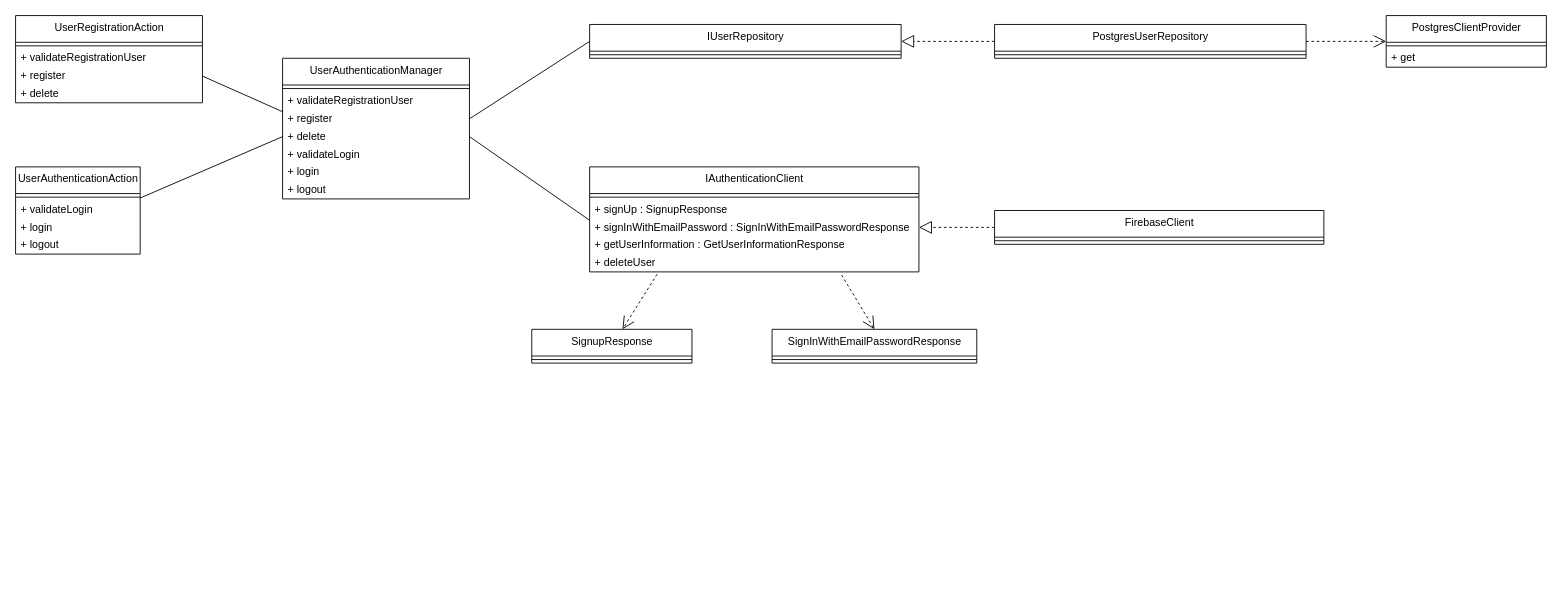
Above: page "AuthenticationModule" (3 of 7) of project-designs/class-diagrams/ff14-sns.drawio in Mouwf/FF14SNS (draw.io), before the change. Source tidied: cells renumbered, new cells numbered last; positions are measured from the earlier drawing's top-left corner, leaving out a move shared by most shapes. Both pictures are drawn from the tidied source at 89%, with x=0, y=0 at pixel (15, 15).
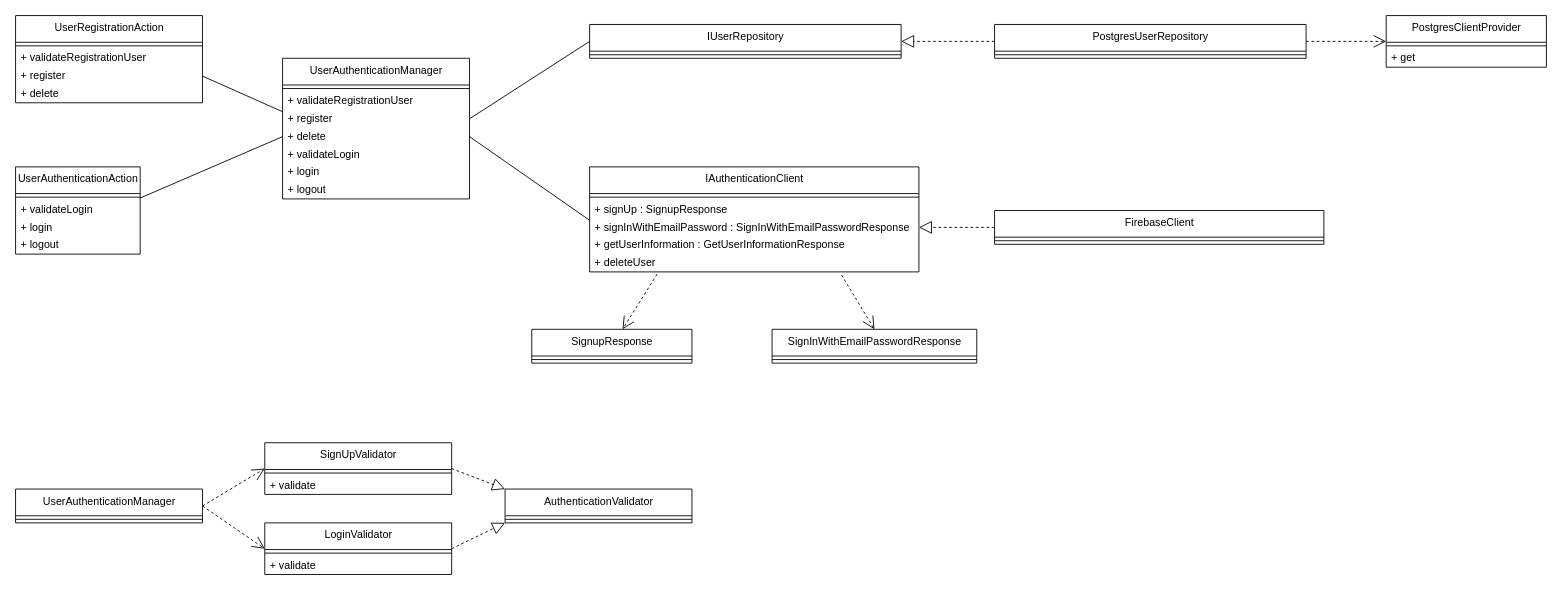
The same page after the edit.

Diff of the diagram source:
```diff
@@
+    <mxCell id="48" style="edgeStyle=none;html=1;exitX=1;exitY=0.5;exitDx=0;exitDy=0;entryX=0;entryY=0;entryDx=0;entryDy=0;dashed=1;endArrow=block;endFill=0;endSize=12;" parent="1" edge="1" source="49" target="56">
+      <mxGeometry relative="1" as="geometry" />
+    </mxCell>
+    <mxCell id="49" value="SignUpValidator" style="swimlane;fontStyle=0;align=center;verticalAlign=top;horizontal=1;startSize=30;html=1;" parent="1" vertex="1">
+      <mxGeometry x="280" y="480" width="210" height="58" as="geometry" />
+    </mxCell>
+    <mxCell id="50" style="line;strokeWidth=1;fillColor=none;align=left;verticalAlign=middle;spacingTop=-1;spacingLeft=3;spacingRight=3;labelPosition=right;" parent="49" vertex="1">
+      <mxGeometry y="30" width="210" height="8" as="geometry" />
+    </mxCell>
+    <mxCell id="51" value="+&amp;nbsp;validate" style="text;html=1;strokeColor=none;fillColor=none;align=left;verticalAlign=middle;spacingLeft=4;spacingRight=4;overflow=hidden;" parent="49" vertex="1">
+      <mxGeometry y="38" width="210" height="20" as="geometry" />
+    </mxCell>
+    <mxCell id="52" style="edgeStyle=none;html=1;exitX=1;exitY=0.5;exitDx=0;exitDy=0;entryX=0;entryY=0.5;entryDx=0;entryDy=0;endArrow=open;endFill=0;endSize=12;dashed=1;" parent="1" edge="1" source="54" target="49">
+      <mxGeometry relative="1" as="geometry" />
+    </mxCell>
+    <mxCell id="53" style="edgeStyle=none;html=1;exitX=1;exitY=0.5;exitDx=0;exitDy=0;entryX=0;entryY=0.5;entryDx=0;entryDy=0;endArrow=open;endFill=0;endSize=12;dashed=1;" parent="1" edge="1" source="54" target="59">
+      <mxGeometry relative="1" as="geometry" />
+    </mxCell>
+    <mxCell id="54" value="UserAuthenticationManager" style="swimlane;fontStyle=0;align=center;verticalAlign=top;horizontal=1;startSize=30;html=1;" parent="1" vertex="1">
+      <mxGeometry y="532" width="210" height="38" as="geometry" />
+    </mxCell>
+    <mxCell id="55" style="line;strokeWidth=1;fillColor=none;align=left;verticalAlign=middle;spacingTop=-1;spacingLeft=3;spacingRight=3;labelPosition=right;" parent="54" vertex="1">
+      <mxGeometry y="30" width="210" height="8" as="geometry" />
+    </mxCell>
+    <mxCell id="56" value="AuthenticationValidator" style="swimlane;fontStyle=0;align=center;verticalAlign=top;horizontal=1;startSize=30;html=1;" parent="1" vertex="1">
+      <mxGeometry x="550" y="532" width="210" height="38" as="geometry" />
+    </mxCell>
+    <mxCell id="57" style="line;strokeWidth=1;fillColor=none;align=left;verticalAlign=middle;spacingTop=-1;spacingLeft=3;spacingRight=3;labelPosition=right;" parent="56" vertex="1">
+      <mxGeometry y="30" width="210" height="8" as="geometry" />
+    </mxCell>
+    <mxCell id="58" style="edgeStyle=none;html=1;exitX=1;exitY=0.5;exitDx=0;exitDy=0;entryX=0;entryY=1;entryDx=0;entryDy=0;dashed=1;endArrow=block;endFill=0;endSize=12;" parent="1" edge="1" source="59" target="56">
+      <mxGeometry relative="1" as="geometry" />
+    </mxCell>
+    <mxCell id="59" value="LoginValidator" style="swimlane;fontStyle=0;align=center;verticalAlign=top;horizontal=1;startSize=30;html=1;" parent="1" vertex="1">
+      <mxGeometry x="280" y="570" width="210" height="58" as="geometry" />
+    </mxCell>
+    <mxCell id="60" style="line;strokeWidth=1;fillColor=none;align=left;verticalAlign=middle;spacingTop=-1;spacingLeft=3;spacingRight=3;labelPosition=right;" parent="59" vertex="1">
+      <mxGeometry y="30" width="210" height="8" as="geometry" />
+    </mxCell>
+    <mxCell id="61" value="+&amp;nbsp;validate" style="text;html=1;strokeColor=none;fillColor=none;align=left;verticalAlign=middle;spacingLeft=4;spacingRight=4;overflow=hidden;" parent="59" vertex="1">
+      <mxGeometry y="38" width="210" height="20" as="geometry" />
+    </mxCell>
```
